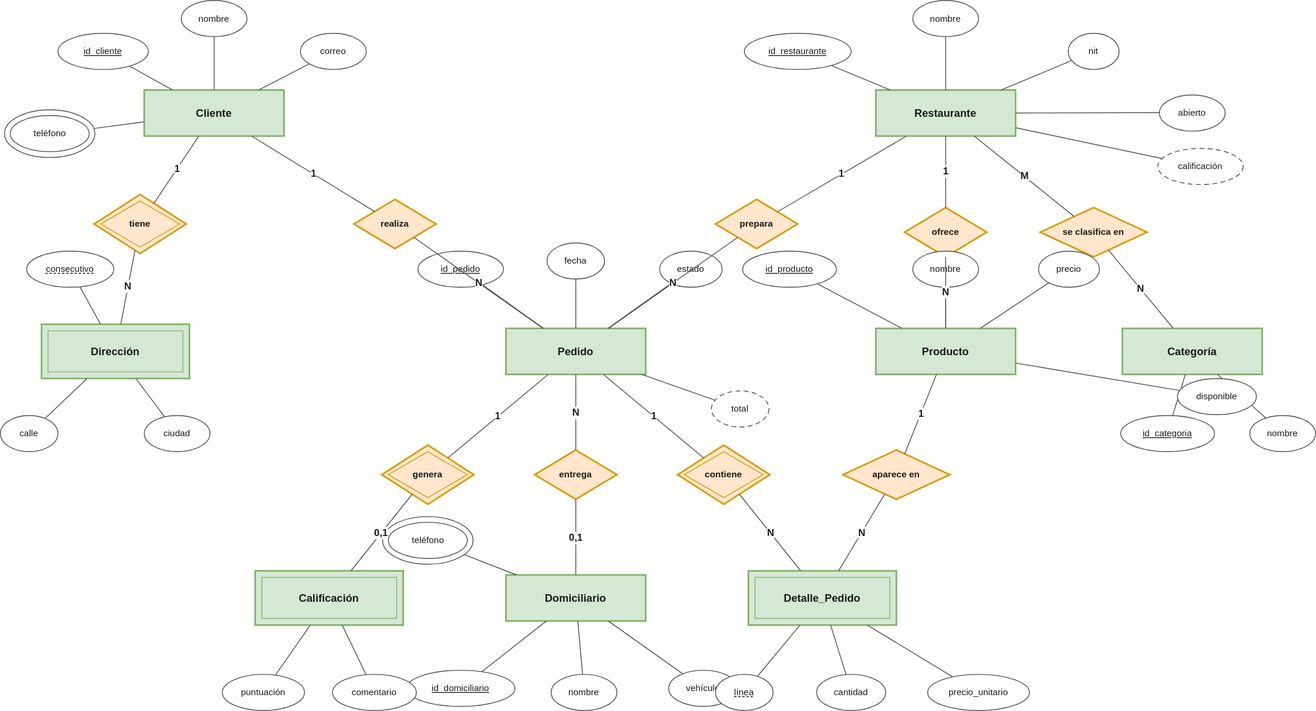
The draw.io diagram docs/Diagrama-EER.svg in MiguelVasquezA/BlinkDelivery, before a commit. Source tidied: cells renumbered, new cells last; positions are measured from the earlier drawing's top-left corner, leaving out a move shared by most shapes.
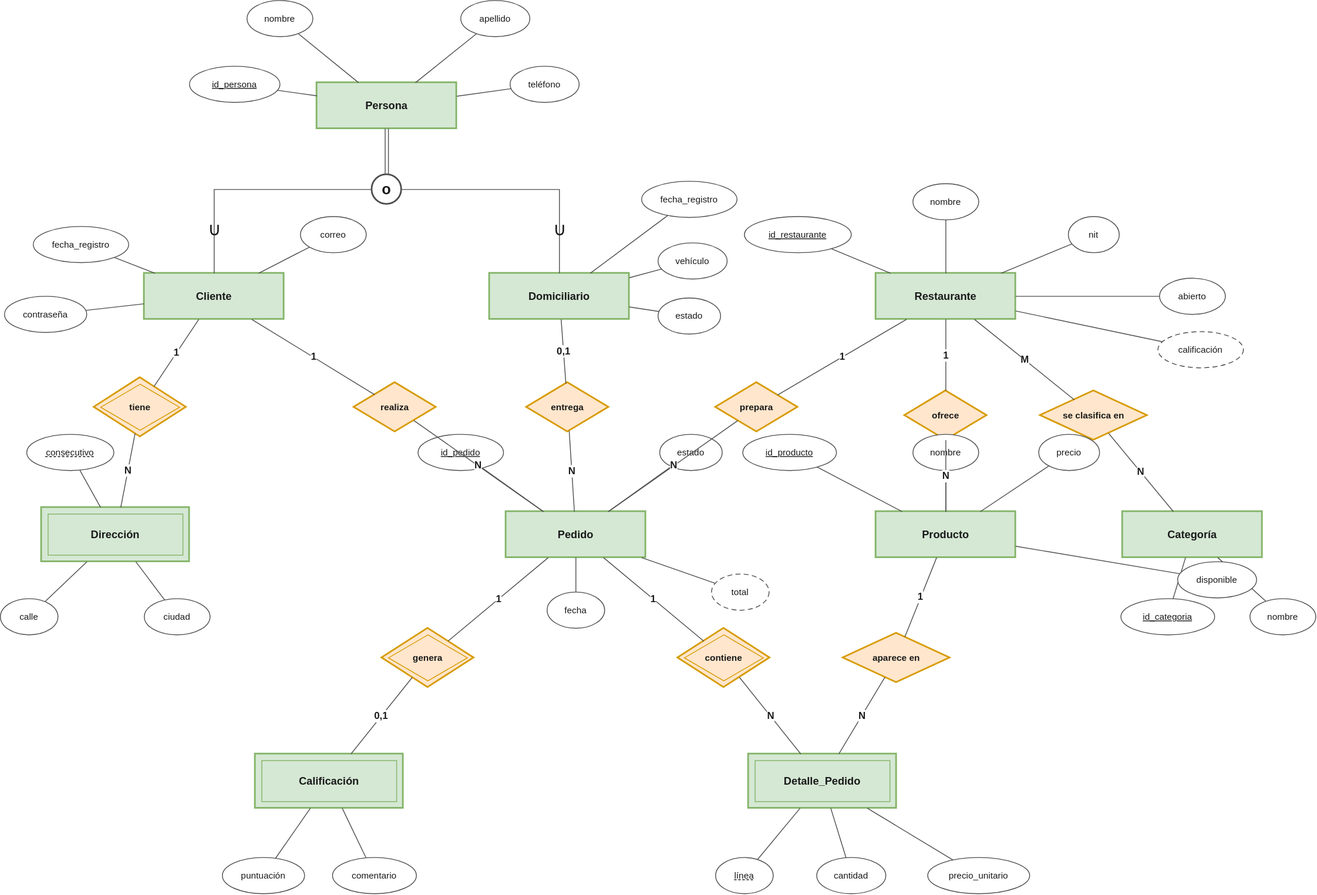
The same diagram one commit later.

Commit message:
docs: agregar generalizacion Persona para Cliente y Domiciliario

Change to the diagram source:
```diff
@@ -24,7 +24,7 @@
       <mxGeometry x="615" y="399" width="170" height="56" as="geometry" />
     </mxCell>
     <mxCell id="9" value="Domiciliario" style="rounded=0;whiteSpace=wrap;html=1;fillColor=#d5e8d4;strokeColor=#82b366;strokeWidth=2;fontSize=13;fontStyle=1;fontColor=#1A1A1A;" parent="1" vertex="1">
-      <mxGeometry x="615" y="699" width="170" height="56" as="geometry" />
+      <mxGeometry x="595" y="109" width="170" height="56" as="geometry" />
     </mxCell>
     <mxCell id="10" value="Detalle_Pedido" style="rounded=0;whiteSpace=wrap;html=1;fillColor=#d5e8d4;strokeColor=#82b366;strokeWidth=2;fontSize=13;fontStyle=1;fontColor=#1A1A1A;" parent="1" vertex="1">
       <mxGeometry x="910" y="694" width="180" height="66" as="geometry" />
@@ -57,7 +57,7 @@
       <mxGeometry x="1265" y="252" width="130" height="60" as="geometry" />
     </mxCell>
     <mxCell id="20" value="entrega" style="rhombus;whiteSpace=wrap;html=1;fillColor=#ffe6cc;strokeColor=#d79b00;strokeWidth=2;fontSize=11;fontStyle=1;fontColor=#1A1A1A;" parent="1" vertex="1">
-      <mxGeometry x="650" y="547" width="100" height="60" as="geometry" />
+      <mxGeometry x="640" y="242" width="100" height="60" as="geometry" />
     </mxCell>
     <mxCell id="21" value="contiene" style="rhombus;whiteSpace=wrap;html=1;fillColor=#ffe6cc;strokeColor=#d79b00;strokeWidth=2;fontSize=11;fontStyle=1;fontColor=#1A1A1A;" parent="1" vertex="1">
       <mxGeometry x="824" y="541" width="112" height="72" as="geometry" />
@@ -74,33 +74,12 @@
     <mxCell id="25" style="rhombus;html=1;fillColor=none;strokeColor=#d79b00;strokeWidth=1;" parent="1" vertex="1">
       <mxGeometry x="472" y="549" width="96" height="56" as="geometry" />
     </mxCell>
-    <mxCell id="26" value="&lt;u&gt;id_cliente&lt;/u&gt;" style="ellipse;whiteSpace=wrap;html=1;fillColor=#FFFFFF;strokeColor=#4D4D4D;fontSize=11;fontColor=#1A1A1A;" parent="1" vertex="1">
-      <mxGeometry x="70" y="40" width="110" height="44" as="geometry" />
-    </mxCell>
-    <mxCell id="27" style="edgeStyle=none;html=1;endArrow=none;strokeColor=#4D4D4D;strokeWidth=1;fontSize=12;fontStyle=1;fontColor=#1A1A1A;labelBackgroundColor=#FFFFFF;" parent="1" edge="1" source="26" target="2">
-      <mxGeometry relative="1" as="geometry" />
-    </mxCell>
-    <mxCell id="28" value="nombre" style="ellipse;whiteSpace=wrap;html=1;fillColor=#FFFFFF;strokeColor=#4D4D4D;fontSize=11;fontColor=#1A1A1A;" parent="1" vertex="1">
-      <mxGeometry x="220" width="80" height="44" as="geometry" />
-    </mxCell>
-    <mxCell id="29" style="edgeStyle=none;html=1;endArrow=none;strokeColor=#4D4D4D;strokeWidth=1;fontSize=12;fontStyle=1;fontColor=#1A1A1A;labelBackgroundColor=#FFFFFF;" parent="1" edge="1" source="28" target="2">
-      <mxGeometry relative="1" as="geometry" />
-    </mxCell>
     <mxCell id="30" value="correo" style="ellipse;whiteSpace=wrap;html=1;fillColor=#FFFFFF;strokeColor=#4D4D4D;fontSize=11;fontColor=#1A1A1A;" parent="1" vertex="1">
       <mxGeometry x="365" y="40" width="80" height="44" as="geometry" />
     </mxCell>
     <mxCell id="31" style="edgeStyle=none;html=1;endArrow=none;strokeColor=#4D4D4D;strokeWidth=1;fontSize=12;fontStyle=1;fontColor=#1A1A1A;labelBackgroundColor=#FFFFFF;" parent="1" edge="1" source="30" target="2">
       <mxGeometry relative="1" as="geometry" />
     </mxCell>
-    <mxCell id="32" style="ellipse;whiteSpace=wrap;html=1;fillColor=#FFFFFF;strokeColor=#4D4D4D;fontSize=11;fontColor=#1A1A1A;" parent="1" vertex="1">
-      <mxGeometry x="5" y="133" width="110" height="58" as="geometry" />
-    </mxCell>
-    <mxCell id="33" value="teléfono" style="ellipse;html=1;fillColor=none;strokeColor=#4D4D4D;strokeWidth=1;fontSize=11;fontColor=#1A1A1A;" parent="1" vertex="1">
-      <mxGeometry x="12" y="140" width="96" height="44" as="geometry" />
-    </mxCell>
-    <mxCell id="34" style="edgeStyle=none;html=1;endArrow=none;strokeColor=#4D4D4D;strokeWidth=1;fontSize=12;fontStyle=1;fontColor=#1A1A1A;labelBackgroundColor=#FFFFFF;" parent="1" edge="1" source="32" target="2">
-      <mxGeometry relative="1" as="geometry" />
-    </mxCell>
     <mxCell id="35" value="&lt;span style=&quot;text-decoration:underline;text-decoration-style:dashed;&quot;&gt;consecutivo&lt;/span&gt;" style="ellipse;whiteSpace=wrap;html=1;fillColor=#FFFFFF;strokeColor=#4D4D4D;fontSize=11;fontColor=#1A1A1A;" parent="1" vertex="1">
       <mxGeometry x="32" y="305" width="106" height="44" as="geometry" />
     </mxCell>
@@ -192,7 +171,7 @@
       <mxGeometry relative="1" as="geometry" />
     </mxCell>
     <mxCell id="65" value="fecha" style="ellipse;whiteSpace=wrap;html=1;fillColor=#FFFFFF;strokeColor=#4D4D4D;fontSize=11;fontColor=#1A1A1A;" parent="1" vertex="1">
-      <mxGeometry x="665" y="295" width="70" height="44" as="geometry" />
+      <mxGeometry x="665" y="497" width="70" height="44" as="geometry" />
     </mxCell>
     <mxCell id="66" style="edgeStyle=none;html=1;endArrow=none;strokeColor=#4D4D4D;strokeWidth=1;fontSize=12;fontStyle=1;fontColor=#1A1A1A;labelBackgroundColor=#FFFFFF;" parent="1" edge="1" source="65" target="8">
       <mxGeometry relative="1" as="geometry" />
@@ -209,33 +188,12 @@
     <mxCell id="70" style="edgeStyle=none;html=1;endArrow=none;strokeColor=#4D4D4D;strokeWidth=1;fontSize=12;fontStyle=1;fontColor=#1A1A1A;labelBackgroundColor=#FFFFFF;" parent="1" edge="1" source="69" target="8">
       <mxGeometry relative="1" as="geometry" />
     </mxCell>
-    <mxCell id="71" value="&lt;u&gt;id_domiciliario&lt;/u&gt;" style="ellipse;whiteSpace=wrap;html=1;fillColor=#FFFFFF;strokeColor=#4D4D4D;fontSize=11;fontColor=#1A1A1A;" parent="1" vertex="1">
-      <mxGeometry x="494" y="815" width="132" height="44" as="geometry" />
-    </mxCell>
-    <mxCell id="72" style="edgeStyle=none;html=1;endArrow=none;strokeColor=#4D4D4D;strokeWidth=1;fontSize=12;fontStyle=1;fontColor=#1A1A1A;labelBackgroundColor=#FFFFFF;" parent="1" edge="1" source="71" target="9">
-      <mxGeometry relative="1" as="geometry" />
-    </mxCell>
-    <mxCell id="73" value="nombre" style="ellipse;whiteSpace=wrap;html=1;fillColor=#FFFFFF;strokeColor=#4D4D4D;fontSize=11;fontColor=#1A1A1A;" parent="1" vertex="1">
-      <mxGeometry x="670" y="820" width="80" height="44" as="geometry" />
-    </mxCell>
-    <mxCell id="74" style="edgeStyle=none;html=1;endArrow=none;strokeColor=#4D4D4D;strokeWidth=1;fontSize=12;fontStyle=1;fontColor=#1A1A1A;labelBackgroundColor=#FFFFFF;" parent="1" edge="1" source="73" target="9">
-      <mxGeometry relative="1" as="geometry" />
-    </mxCell>
     <mxCell id="75" value="vehículo" style="ellipse;whiteSpace=wrap;html=1;fillColor=#FFFFFF;strokeColor=#4D4D4D;fontSize=11;fontColor=#1A1A1A;" parent="1" vertex="1">
-      <mxGeometry x="813" y="815" width="84" height="44" as="geometry" />
+      <mxGeometry x="800" y="72" width="84" height="44" as="geometry" />
     </mxCell>
     <mxCell id="76" style="edgeStyle=none;html=1;endArrow=none;strokeColor=#4D4D4D;strokeWidth=1;fontSize=12;fontStyle=1;fontColor=#1A1A1A;labelBackgroundColor=#FFFFFF;" parent="1" edge="1" source="75" target="9">
       <mxGeometry relative="1" as="geometry" />
     </mxCell>
-    <mxCell id="77" style="ellipse;whiteSpace=wrap;html=1;fillColor=#FFFFFF;strokeColor=#4D4D4D;fontSize=11;fontColor=#1A1A1A;" parent="1" vertex="1">
-      <mxGeometry x="465" y="628" width="110" height="58" as="geometry" />
-    </mxCell>
-    <mxCell id="78" value="teléfono" style="ellipse;html=1;fillColor=none;strokeColor=#4D4D4D;strokeWidth=1;fontSize=11;fontColor=#1A1A1A;" parent="1" vertex="1">
-      <mxGeometry x="472" y="635" width="96" height="44" as="geometry" />
-    </mxCell>
-    <mxCell id="79" style="edgeStyle=none;html=1;endArrow=none;strokeColor=#4D4D4D;strokeWidth=1;fontSize=12;fontStyle=1;fontColor=#1A1A1A;labelBackgroundColor=#FFFFFF;" parent="1" edge="1" source="77" target="9">
-      <mxGeometry relative="1" as="geometry" />
-    </mxCell>
     <mxCell id="80" value="&lt;span style=&quot;text-decoration:underline;text-decoration-style:dashed;&quot;&gt;línea&lt;/span&gt;" style="ellipse;whiteSpace=wrap;html=1;fillColor=#FFFFFF;strokeColor=#4D4D4D;fontSize=11;fontColor=#1A1A1A;" parent="1" vertex="1">
       <mxGeometry x="870" y="820" width="70" height="44" as="geometry" />
     </mxCell>
@@ -320,5 +278,74 @@
     <mxCell id="107" value="0,1" style="edgeStyle=none;html=1;endArrow=none;strokeColor=#4D4D4D;strokeWidth=1;fontSize=12;fontStyle=1;fontColor=#1A1A1A;labelBackgroundColor=#FFFFFF;" parent="1" edge="1" source="24" target="12">
       <mxGeometry relative="1" as="geometry" />
     </mxCell>
+    <mxCell id="108" value="Persona" style="rounded=0;whiteSpace=wrap;html=1;fillColor=#d5e8d4;strokeColor=#82b366;strokeWidth=2;fontSize=13;fontStyle=1;fontColor=#1A1A1A;" parent="1" vertex="1">
+      <mxGeometry x="385" y="-123" width="170" height="56" as="geometry" />
+    </mxCell>
+    <mxCell id="109" value="&lt;u&gt;id_persona&lt;/u&gt;" style="ellipse;whiteSpace=wrap;html=1;fillColor=#FFFFFF;strokeColor=#4D4D4D;fontSize=11;fontColor=#1A1A1A;" parent="1" vertex="1">
+      <mxGeometry x="230" y="-143" width="110" height="44" as="geometry" />
+    </mxCell>
+    <mxCell id="110" style="edgeStyle=none;html=1;endArrow=none;strokeColor=#4D4D4D;strokeWidth=1;fontSize=12;fontStyle=1;fontColor=#1A1A1A;labelBackgroundColor=#FFFFFF;" parent="1" edge="1" source="109" target="108">
+      <mxGeometry relative="1" as="geometry" />
+    </mxCell>
+    <mxCell id="111" value="nombre" style="ellipse;whiteSpace=wrap;html=1;fillColor=#FFFFFF;strokeColor=#4D4D4D;fontSize=11;fontColor=#1A1A1A;" parent="1" vertex="1">
+      <mxGeometry x="300" y="-223" width="80" height="44" as="geometry" />
+    </mxCell>
+    <mxCell id="112" style="edgeStyle=none;html=1;endArrow=none;strokeColor=#4D4D4D;strokeWidth=1;fontSize=12;fontStyle=1;fontColor=#1A1A1A;labelBackgroundColor=#FFFFFF;" parent="1" edge="1" source="111" target="108">
+      <mxGeometry relative="1" as="geometry" />
+    </mxCell>
+    <mxCell id="113" value="apellido" style="ellipse;whiteSpace=wrap;html=1;fillColor=#FFFFFF;strokeColor=#4D4D4D;fontSize=11;fontColor=#1A1A1A;" parent="1" vertex="1">
+      <mxGeometry x="560" y="-223" width="84" height="44" as="geometry" />
+    </mxCell>
+    <mxCell id="114" style="edgeStyle=none;html=1;endArrow=none;strokeColor=#4D4D4D;strokeWidth=1;fontSize=12;fontStyle=1;fontColor=#1A1A1A;labelBackgroundColor=#FFFFFF;" parent="1" edge="1" source="113" target="108">
+      <mxGeometry relative="1" as="geometry" />
+    </mxCell>
+    <mxCell id="115" value="teléfono" style="ellipse;whiteSpace=wrap;html=1;fillColor=#FFFFFF;strokeColor=#4D4D4D;fontSize=11;fontColor=#1A1A1A;" parent="1" vertex="1">
+      <mxGeometry x="620" y="-143" width="84" height="44" as="geometry" />
+    </mxCell>
+    <mxCell id="116" style="edgeStyle=none;html=1;endArrow=none;strokeColor=#4D4D4D;strokeWidth=1;fontSize=12;fontStyle=1;fontColor=#1A1A1A;labelBackgroundColor=#FFFFFF;" parent="1" edge="1" source="115" target="108">
+      <mxGeometry relative="1" as="geometry" />
+    </mxCell>
+    <mxCell id="117" value="fecha_registro" style="ellipse;whiteSpace=wrap;html=1;fillColor=#FFFFFF;strokeColor=#4D4D4D;fontSize=11;fontColor=#1A1A1A;" parent="1" vertex="1">
+      <mxGeometry x="40" y="52" width="116" height="44" as="geometry" />
+    </mxCell>
+    <mxCell id="118" style="edgeStyle=none;html=1;endArrow=none;strokeColor=#4D4D4D;strokeWidth=1;fontSize=12;fontStyle=1;fontColor=#1A1A1A;labelBackgroundColor=#FFFFFF;" parent="1" edge="1" source="117" target="2">
+      <mxGeometry relative="1" as="geometry" />
+    </mxCell>
+    <mxCell id="119" value="contraseña" style="ellipse;whiteSpace=wrap;html=1;fillColor=#FFFFFF;strokeColor=#4D4D4D;fontSize=11;fontColor=#1A1A1A;" parent="1" vertex="1">
+      <mxGeometry x="5" y="137" width="100" height="44" as="geometry" />
+    </mxCell>
+    <mxCell id="120" style="edgeStyle=none;html=1;endArrow=none;strokeColor=#4D4D4D;strokeWidth=1;fontSize=12;fontStyle=1;fontColor=#1A1A1A;labelBackgroundColor=#FFFFFF;" parent="1" edge="1" source="119" target="2">
+      <mxGeometry relative="1" as="geometry" />
+    </mxCell>
+    <mxCell id="121" value="fecha_registro" style="ellipse;whiteSpace=wrap;html=1;fillColor=#FFFFFF;strokeColor=#4D4D4D;fontSize=11;fontColor=#1A1A1A;" parent="1" vertex="1">
+      <mxGeometry x="780" y="-3" width="116" height="44" as="geometry" />
+    </mxCell>
+    <mxCell id="122" style="edgeStyle=none;html=1;endArrow=none;strokeColor=#4D4D4D;strokeWidth=1;fontSize=12;fontStyle=1;fontColor=#1A1A1A;labelBackgroundColor=#FFFFFF;" parent="1" edge="1" source="121" target="9">
+      <mxGeometry relative="1" as="geometry" />
+    </mxCell>
+    <mxCell id="123" value="estado" style="ellipse;whiteSpace=wrap;html=1;fillColor=#FFFFFF;strokeColor=#4D4D4D;fontSize=11;fontColor=#1A1A1A;" parent="1" vertex="1">
+      <mxGeometry x="800" y="139" width="76" height="44" as="geometry" />
+    </mxCell>
+    <mxCell id="124" style="edgeStyle=none;html=1;endArrow=none;strokeColor=#4D4D4D;strokeWidth=1;fontSize=12;fontStyle=1;fontColor=#1A1A1A;labelBackgroundColor=#FFFFFF;" parent="1" edge="1" source="123" target="9">
+      <mxGeometry relative="1" as="geometry" />
+    </mxCell>
+    <mxCell id="125" value="o" style="ellipse;whiteSpace=wrap;html=1;fillColor=#FFFFFF;strokeColor=#4D4D4D;strokeWidth=2;fontSize=18;fontStyle=1;fontColor=#1A1A1A;" parent="1" vertex="1">
+      <mxGeometry x="452" y="-11" width="36" height="36" as="geometry" />
+    </mxCell>
+    <mxCell id="126" style="edgeStyle=none;html=1;endArrow=none;shape=link;width=4;strokeColor=#4D4D4D;strokeWidth=1;" parent="1" edge="1" source="108" target="125">
+      <mxGeometry relative="1" as="geometry" />
+    </mxCell>
+    <mxCell id="127" style="edgeStyle=orthogonalEdgeStyle;rounded=0;html=1;endArrow=none;strokeColor=#4D4D4D;strokeWidth=1;exitX=0;exitY=0.5;exitDx=0;exitDy=0;entryX=0.5;entryY=0;entryDx=0;entryDy=0;" parent="1" edge="1" source="125" target="2">
+      <mxGeometry relative="1" as="geometry" />
+    </mxCell>
+    <mxCell id="128" style="edgeStyle=orthogonalEdgeStyle;rounded=0;html=1;endArrow=none;strokeColor=#4D4D4D;strokeWidth=1;exitX=1;exitY=0.5;exitDx=0;exitDy=0;entryX=0.5;entryY=0;entryDx=0;entryDy=0;" parent="1" edge="1" source="125" target="9">
+      <mxGeometry relative="1" as="geometry" />
+    </mxCell>
+    <mxCell id="129" value="∪" style="text;html=1;align=center;verticalAlign=middle;fontSize=22;fontColor=#1A1A1A;" parent="1" vertex="1">
+      <mxGeometry x="245" y="41" width="30" height="30" as="geometry" />
+    </mxCell>
+    <mxCell id="130" value="∪" style="text;html=1;align=center;verticalAlign=middle;fontSize=22;fontColor=#1A1A1A;" parent="1" vertex="1">
+      <mxGeometry x="665" y="41" width="30" height="30" as="geometry" />
+    </mxCell>
   </root>
 </mxGraphModel>
```
